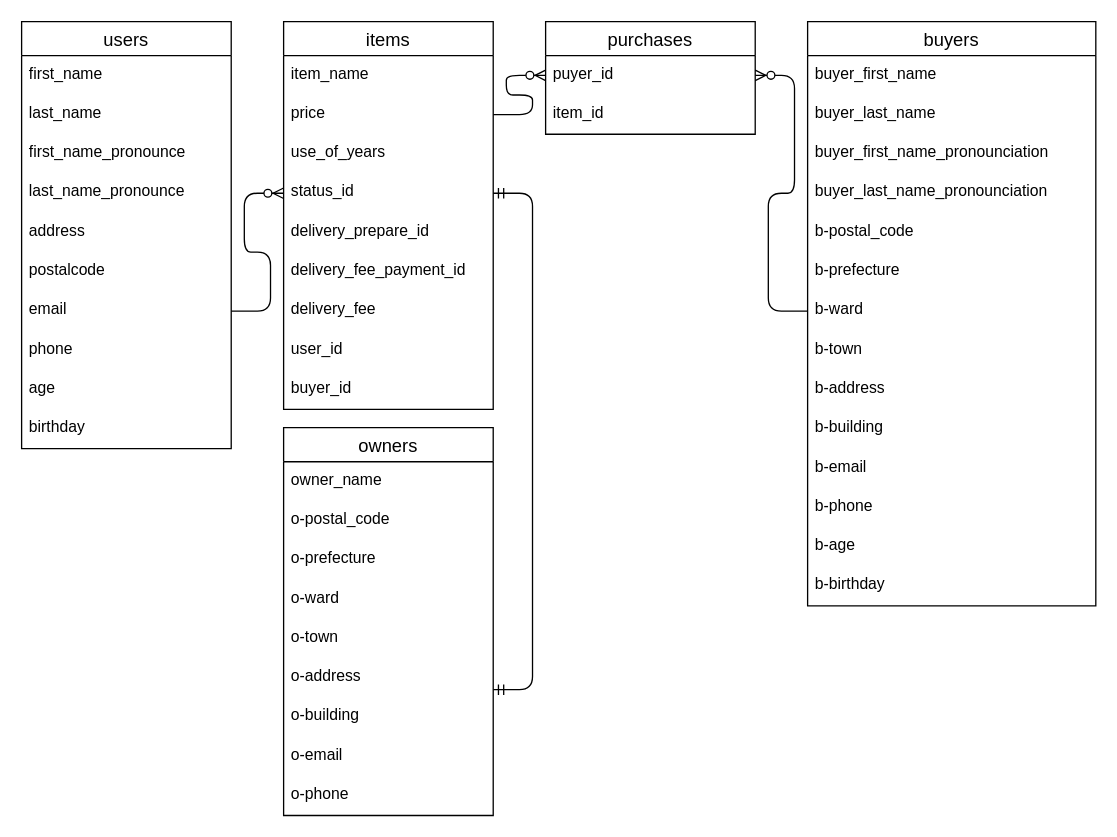
The draw.io diagram er.dio in takuo-maeda/furima-32844, before the edit. Source tidied: cells renumbered, new cells numbered last; positions are measured from the earlier drawing's top-left corner, leaving out a move shared by most shapes. Both pictures are drawn from the tidied source at 131%, with x=0, y=0 at pixel (21, 21).
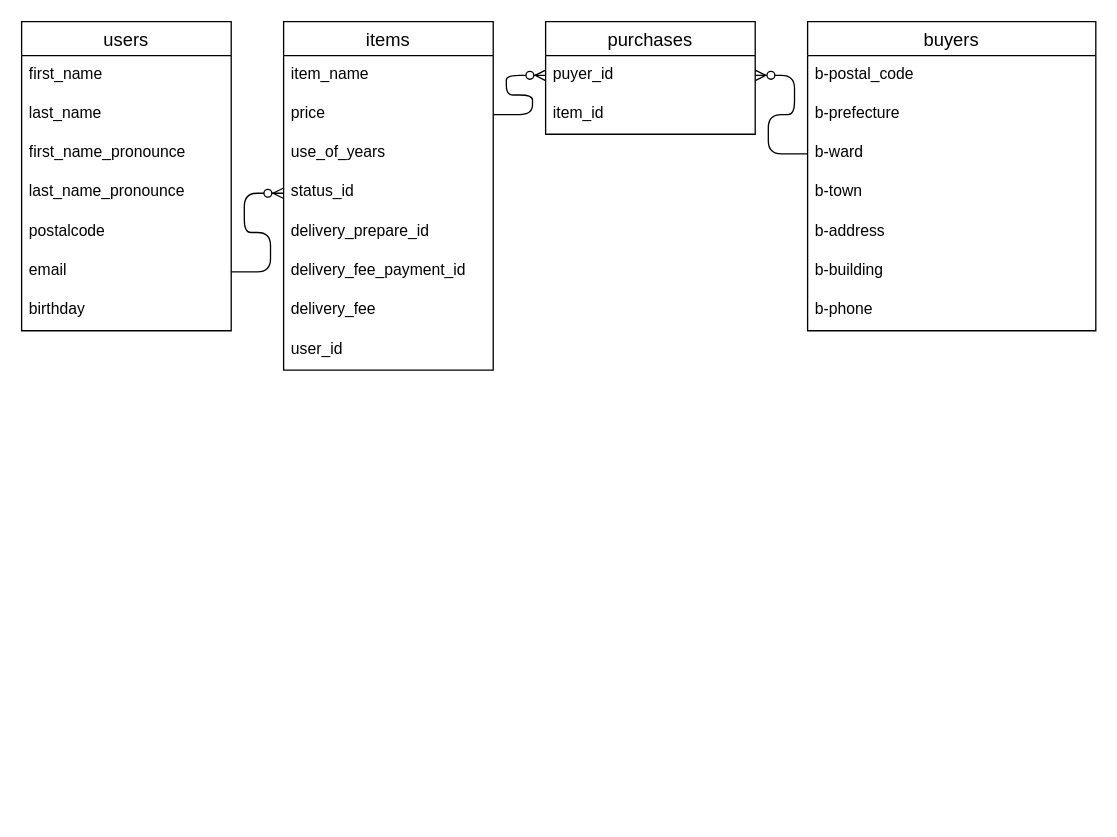
The same page after the edit.

The change refers to these unchanged cells:
```xml
<mxCell id="17" value="status_id" style="text;strokeColor=none;fillColor=none;spacingLeft=4;spacingRight=4;overflow=hidden;points=[[0,0.5],[1,0.5]];portConstraint=eastwest;fontSize=12;" parent="13" vertex="1">
  <mxGeometry y="116" width="160" height="30" as="geometry" />
</mxCell>
```

Change to the diagram source:
```diff
@@
     <mxCell id="2" value="users" style="swimlane;fontStyle=0;horizontal=1;startSize=26;align=center;fontSize=14;" parent="1" vertex="1">
-      <mxGeometry width="160" height="326" as="geometry" />
+      <mxGeometry width="160" height="236" as="geometry" />
     </mxCell>
@@
-    <mxCell id="7" value="address" style="text;strokeColor=none;fillColor=none;spacingLeft=4;spacingRight=4;overflow=hidden;fontSize=12;" parent="2" vertex="1">
-      <mxGeometry y="146" width="160" height="30" as="geometry" />
-    </mxCell>
     <mxCell id="8" value="postalcode" style="text;strokeColor=none;fillColor=none;spacingLeft=4;spacingRight=4;overflow=hidden;fontSize=12;" parent="2" vertex="1">
-      <mxGeometry y="176" width="160" height="30" as="geometry" />
+      <mxGeometry y="146" width="160" height="30" as="geometry" />
     </mxCell>
     <mxCell id="9" value="email" style="text;strokeColor=none;fillColor=none;spacingLeft=4;spacingRight=4;overflow=hidden;points=[[0,0.5],[1,0.5]];portConstraint=eastwest;fontSize=12;" parent="2" vertex="1">
-      <mxGeometry y="206" width="160" height="30" as="geometry" />
+      <mxGeometry y="176" width="160" height="30" as="geometry" />
     </mxCell>
-    <mxCell id="10" value="phone" style="text;strokeColor=none;fillColor=none;spacingLeft=4;spacingRight=4;overflow=hidden;fontSize=12;" parent="2" vertex="1">
-      <mxGeometry y="236" width="160" height="30" as="geometry" />
-    </mxCell>
-    <mxCell id="11" value="age" style="text;strokeColor=none;fillColor=none;spacingLeft=4;spacingRight=4;overflow=hidden;fontSize=12;" parent="2" vertex="1">
-      <mxGeometry y="266" width="160" height="30" as="geometry" />
-    </mxCell>
     <mxCell id="12" value="birthday" style="text;strokeColor=none;fillColor=none;spacingLeft=4;spacingRight=4;overflow=hidden;fontSize=12;" parent="2" vertex="1">
-      <mxGeometry y="296" width="160" height="30" as="geometry" />
+      <mxGeometry y="206" width="160" height="30" as="geometry" />
     </mxCell>
     <mxCell id="13" value="items" style="swimlane;fontStyle=0;horizontal=1;startSize=26;align=center;fontSize=14;" parent="1" vertex="1">
-      <mxGeometry x="200" width="160" height="296" as="geometry" />
+      <mxGeometry x="200" width="160" height="266" as="geometry" />
     </mxCell>
@@
-    <mxCell id="22" value="buyer_id" style="text;strokeColor=none;fillColor=none;spacingLeft=4;spacingRight=4;overflow=hidden;fontSize=12;" parent="13" vertex="1">
-      <mxGeometry y="266" width="160" height="30" as="geometry" />
-    </mxCell>
     <mxCell id="23" value="buyers" style="swimlane;fontStyle=0;horizontal=1;startSize=26;align=center;fontSize=14;" parent="1" vertex="1">
-      <mxGeometry x="600" width="220" height="446" as="geometry" />
+      <mxGeometry x="600" width="220" height="236" as="geometry" />
     </mxCell>
-    <mxCell id="24" value="buyer_first_name" style="text;strokeColor=none;fillColor=none;spacingLeft=4;spacingRight=4;overflow=hidden;fontSize=12;" parent="23" vertex="1">
-      <mxGeometry y="26" width="220" height="30" as="geometry" />
-    </mxCell>
-    <mxCell id="25" value="buyer_last_name" style="text;strokeColor=none;fillColor=none;spacingLeft=4;spacingRight=4;overflow=hidden;fontSize=12;" parent="23" vertex="1">
-      <mxGeometry y="56" width="220" height="30" as="geometry" />
-    </mxCell>
-    <mxCell id="26" value="buyer_first_name_pronounciation" style="text;strokeColor=none;fillColor=none;spacingLeft=4;spacingRight=4;overflow=hidden;fontSize=12;" parent="23" vertex="1">
-      <mxGeometry y="86" width="220" height="30" as="geometry" />
-    </mxCell>
-    <mxCell id="27" value="buyer_last_name_pronounciation" style="text;strokeColor=none;fillColor=none;spacingLeft=4;spacingRight=4;overflow=hidden;fontSize=12;" parent="23" vertex="1">
-      <mxGeometry y="116" width="220" height="30" as="geometry" />
-    </mxCell>
     <mxCell id="28" value="b-postal_code" style="text;strokeColor=none;fillColor=none;spacingLeft=4;spacingRight=4;overflow=hidden;fontSize=12;" parent="23" vertex="1">
-      <mxGeometry y="146" width="220" height="30" as="geometry" />
+      <mxGeometry y="26" width="220" height="30" as="geometry" />
     </mxCell>
     <mxCell id="29" value="b-prefecture" style="text;strokeColor=none;fillColor=none;spacingLeft=4;spacingRight=4;overflow=hidden;fontSize=12;" parent="23" vertex="1">
-      <mxGeometry y="176" width="220" height="30" as="geometry" />
+      <mxGeometry y="56" width="220" height="30" as="geometry" />
     </mxCell>
     <mxCell id="30" value="b-ward" style="text;strokeColor=none;fillColor=none;spacingLeft=4;spacingRight=4;overflow=hidden;points=[[0,0.5],[1,0.5]];portConstraint=eastwest;fontSize=12;" parent="23" vertex="1">
-      <mxGeometry y="206" width="220" height="30" as="geometry" />
+      <mxGeometry y="86" width="220" height="30" as="geometry" />
     </mxCell>
     <mxCell id="31" value="b-town" style="text;strokeColor=none;fillColor=none;spacingLeft=4;spacingRight=4;overflow=hidden;fontSize=12;" parent="23" vertex="1">
-      <mxGeometry y="236" width="220" height="30" as="geometry" />
+      <mxGeometry y="116" width="220" height="30" as="geometry" />
     </mxCell>
     <mxCell id="32" value="b-address" style="text;strokeColor=none;fillColor=none;spacingLeft=4;spacingRight=4;overflow=hidden;fontSize=12;" parent="23" vertex="1">
-      <mxGeometry y="266" width="220" height="30" as="geometry" />
+      <mxGeometry y="146" width="220" height="30" as="geometry" />
     </mxCell>
     <mxCell id="33" value="b-building" style="text;strokeColor=none;fillColor=none;spacingLeft=4;spacingRight=4;overflow=hidden;fontSize=12;" parent="23" vertex="1">
-      <mxGeometry y="296" width="220" height="30" as="geometry" />
+      <mxGeometry y="176" width="220" height="30" as="geometry" />
     </mxCell>
-    <mxCell id="34" value="b-email" style="text;strokeColor=none;fillColor=none;spacingLeft=4;spacingRight=4;overflow=hidden;fontSize=12;" parent="23" vertex="1">
-      <mxGeometry y="326" width="220" height="30" as="geometry" />
-    </mxCell>
     <mxCell id="35" value="b-phone" style="text;strokeColor=none;fillColor=none;spacingLeft=4;spacingRight=4;overflow=hidden;fontSize=12;" parent="23" vertex="1">
-      <mxGeometry y="356" width="220" height="30" as="geometry" />
+      <mxGeometry y="206" width="220" height="30" as="geometry" />
     </mxCell>
-    <mxCell id="36" value="b-age" style="text;strokeColor=none;fillColor=none;spacingLeft=4;spacingRight=4;overflow=hidden;fontSize=12;" parent="23" vertex="1">
-      <mxGeometry y="386" width="220" height="30" as="geometry" />
-    </mxCell>
-    <mxCell id="37" value="b-birthday" style="text;strokeColor=none;fillColor=none;spacingLeft=4;spacingRight=4;overflow=hidden;fontSize=12;" parent="23" vertex="1">
-      <mxGeometry y="416" width="220" height="30" as="geometry" />
-    </mxCell>
-    <mxCell id="38" value="owners" style="swimlane;fontStyle=0;horizontal=1;startSize=26;align=center;fontSize=14;" parent="1" vertex="1">
-      <mxGeometry x="200" y="310" width="160" height="296" as="geometry" />
-    </mxCell>
-    <mxCell id="39" value="owner_name" style="text;strokeColor=none;fillColor=none;spacingLeft=4;spacingRight=4;overflow=hidden;fontSize=12;" parent="38" vertex="1">
-      <mxGeometry y="26" width="160" height="30" as="geometry" />
-    </mxCell>
-    <mxCell id="40" value="o-postal_code" style="text;strokeColor=none;fillColor=none;spacingLeft=4;spacingRight=4;overflow=hidden;fontSize=12;" parent="38" vertex="1">
-      <mxGeometry y="56" width="160" height="30" as="geometry" />
-    </mxCell>
-    <mxCell id="41" value="o-prefecture" style="text;strokeColor=none;fillColor=none;spacingLeft=4;spacingRight=4;overflow=hidden;fontSize=12;" parent="38" vertex="1">
-      <mxGeometry y="86" width="160" height="30" as="geometry" />
-    </mxCell>
-    <mxCell id="42" value="o-ward" style="text;strokeColor=none;fillColor=none;spacingLeft=4;spacingRight=4;overflow=hidden;fontSize=12;" parent="38" vertex="1">
-      <mxGeometry y="116" width="160" height="30" as="geometry" />
-    </mxCell>
-    <mxCell id="43" value="o-town" style="text;strokeColor=none;fillColor=none;spacingLeft=4;spacingRight=4;overflow=hidden;fontSize=12;" parent="38" vertex="1">
-      <mxGeometry y="146" width="160" height="30" as="geometry" />
-    </mxCell>
-    <mxCell id="44" value="o-address" style="text;strokeColor=none;fillColor=none;spacingLeft=4;spacingRight=4;overflow=hidden;points=[[0,0.5],[1,0.5]];portConstraint=eastwest;fontSize=12;" parent="38" vertex="1">
-      <mxGeometry y="176" width="160" height="30" as="geometry" />
-    </mxCell>
-    <mxCell id="45" value="o-building" style="text;strokeColor=none;fillColor=none;spacingLeft=4;spacingRight=4;overflow=hidden;fontSize=12;" parent="38" vertex="1">
-      <mxGeometry y="206" width="160" height="30" as="geometry" />
-    </mxCell>
-    <mxCell id="46" value="o-email" style="text;strokeColor=none;fillColor=none;spacingLeft=4;spacingRight=4;overflow=hidden;fontSize=12;" parent="38" vertex="1">
-      <mxGeometry y="236" width="160" height="30" as="geometry" />
-    </mxCell>
-    <mxCell id="47" value="o-phone" style="text;strokeColor=none;fillColor=none;spacingLeft=4;spacingRight=4;overflow=hidden;fontSize=12;" parent="38" vertex="1">
-      <mxGeometry y="266" width="160" height="30" as="geometry" />
-    </mxCell>
@@
-    <mxCell id="49" style="edgeStyle=entityRelationEdgeStyle;fontSize=12;html=1;endArrow=ERmandOne;startArrow=ERmandOne;exitX=1;exitY=0.8;exitDx=0;exitDy=0;exitPerimeter=0;entryX=1;entryY=0.5;entryDx=0;entryDy=0;" parent="1" edge="1" source="44" target="17">
-      <mxGeometry relative="1" as="geometry" />
-    </mxCell>
```
